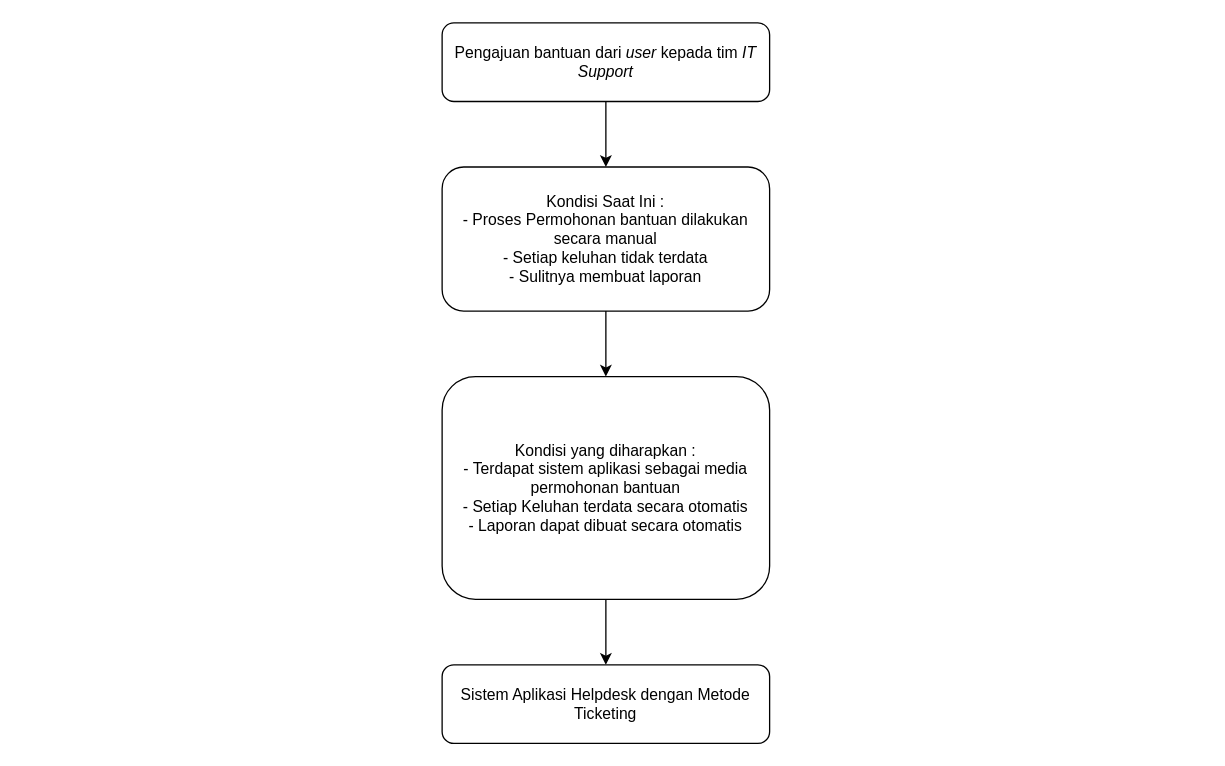
This is skripsi-kerangkaberpikir.drawio from raflialkindhi/graph-save, a draw.io file, before an edit. Source tidied: cells renumbered, new cells numbered last; positions are measured from the earlier drawing's top-left corner, leaving out a move shared by most shapes. Both pictures are drawn from the tidied source at 131%, with x=0, y=0 at pixel (441, 22).
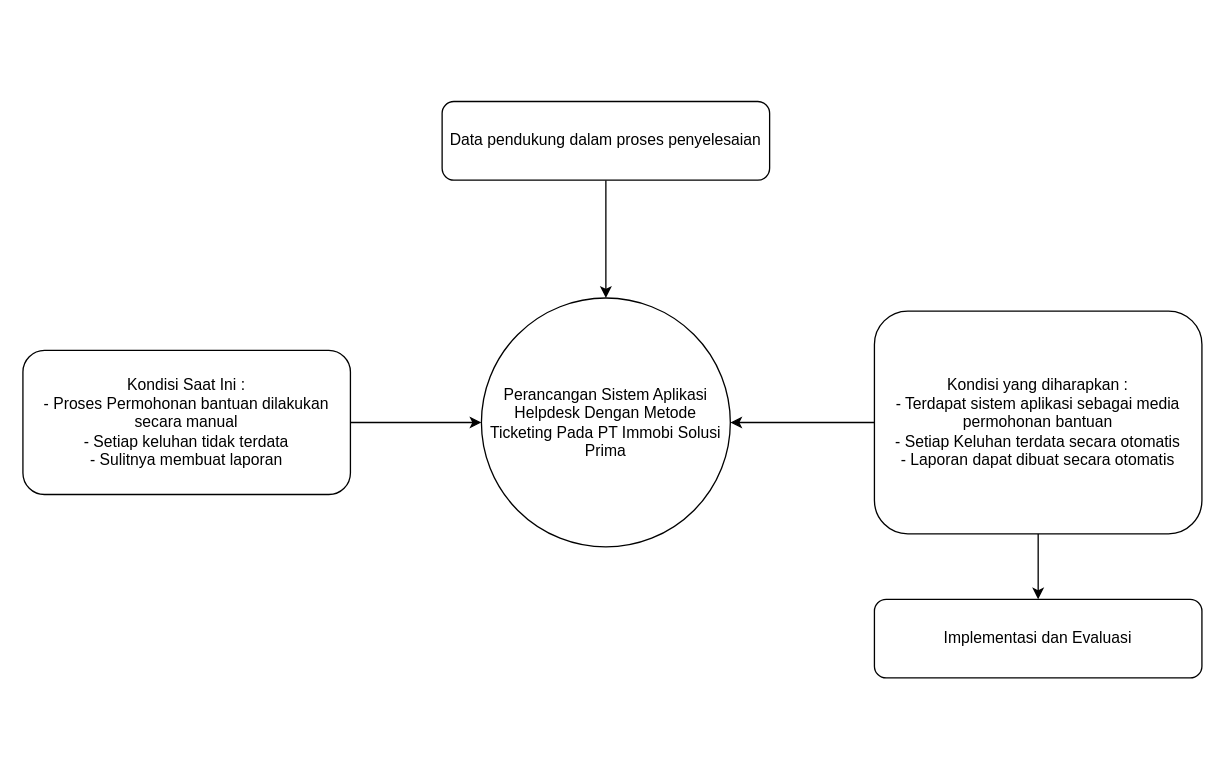
Above is the later version.

Diff of the diagram source:
```diff
@@
 <mxGraphModel>
   <root>
     <mxCell id="0" />
     <mxCell id="1" parent="0" />
-    <mxCell id="2" style="edgeStyle=orthogonalEdgeStyle;rounded=0;jettySize=auto;html=1;exitX=0.5;exitY=1;exitDx=0;exitDy=0;entryX=0.5;entryY=0;entryDx=0;entryDy=0;" parent="1" edge="1" source="3" target="5">
-      <mxGeometry relative="1" as="geometry" />
-    </mxCell>
+    <mxCell id="9" style="edgeStyle=orthogonalEdgeStyle;rounded=0;jettySize=auto;html=1;entryX=0.5;entryY=0;entryDx=0;entryDy=0;" parent="1" edge="1" source="3" target="13">
+      <mxGeometry relative="1" as="geometry" />
+    </mxCell>
-    <mxCell id="3" value="Pengajuan bantuan dari &lt;i&gt;user &lt;/i&gt;kepada tim &lt;i&gt;IT Support&lt;/i&gt;" style="rounded=1;whiteSpace=wrap;html=1;" parent="1" vertex="1">
-      <mxGeometry width="250" height="60" as="geometry" />
+    <mxCell id="3" value="Data pendukung dalam proses penyelesaian" style="rounded=1;whiteSpace=wrap;html=1;" parent="1" vertex="1">
+      <mxGeometry y="60" width="250" height="60" as="geometry" />
     </mxCell>
-    <mxCell id="4" style="edgeStyle=orthogonalEdgeStyle;rounded=0;jettySize=auto;html=1;entryX=0.5;entryY=0;entryDx=0;entryDy=0;" parent="1" edge="1" source="5" target="7">
-      <mxGeometry relative="1" as="geometry" />
-    </mxCell>
+    <mxCell id="10" style="edgeStyle=orthogonalEdgeStyle;rounded=0;jettySize=auto;html=1;entryX=0;entryY=0.5;entryDx=0;entryDy=0;" parent="1" edge="1" source="5" target="13">
+      <mxGeometry relative="1" as="geometry" />
+    </mxCell>
     <mxCell id="5" value="&lt;div&gt;Kondisi Saat Ini :&lt;/div&gt;&lt;div&gt;- Proses Permohonan bantuan dilakukan secara manual&lt;/div&gt;&lt;div&gt;- Setiap keluhan tidak terdata&lt;/div&gt;&lt;div&gt;- Sulitnya membuat laporan&lt;br&gt;&lt;/div&gt;" style="rounded=1;whiteSpace=wrap;html=1;" parent="1" vertex="1">
-      <mxGeometry y="110" width="250" height="110" as="geometry" />
+      <mxGeometry x="-320" y="250" width="250" height="110" as="geometry" />
     </mxCell>
-    <mxCell id="6" style="edgeStyle=orthogonalEdgeStyle;rounded=0;jettySize=auto;html=1;exitX=0.5;exitY=1;exitDx=0;exitDy=0;entryX=0.5;entryY=0;entryDx=0;entryDy=0;" parent="1" edge="1" source="7" target="8">
-      <mxGeometry relative="1" as="geometry" />
-    </mxCell>
+    <mxCell id="11" style="edgeStyle=orthogonalEdgeStyle;rounded=0;jettySize=auto;html=1;entryX=1;entryY=0.5;entryDx=0;entryDy=0;" parent="1" edge="1" source="7" target="13">
+      <mxGeometry relative="1" as="geometry" />
+    </mxCell>
+    <mxCell id="12" style="edgeStyle=orthogonalEdgeStyle;rounded=0;jettySize=auto;html=1;" parent="1" edge="1" source="7" target="15">
+      <mxGeometry relative="1" as="geometry" />
+    </mxCell>
     <mxCell id="7" value="&lt;div&gt;Kondisi yang diharapkan :&lt;/div&gt;&lt;div&gt;- Terdapat sistem aplikasi sebagai media permohonan bantuan&lt;br&gt;&lt;/div&gt;&lt;div&gt;- Setiap Keluhan terdata secara otomatis&lt;/div&gt;&lt;div&gt;- Laporan dapat dibuat secara otomatis&lt;br&gt;&lt;/div&gt;" style="rounded=1;whiteSpace=wrap;html=1;" parent="1" vertex="1">
-      <mxGeometry y="270" width="250" height="170" as="geometry" />
+      <mxGeometry x="330" y="220" width="250" height="170" as="geometry" />
     </mxCell>
-    <mxCell id="8" value="Sistem Aplikasi Helpdesk dengan Metode Ticketing" style="rounded=1;whiteSpace=wrap;html=1;" parent="1" vertex="1">
-      <mxGeometry y="490" width="250" height="60" as="geometry" />
-    </mxCell>
+    <mxCell id="13" value="Perancangan Sistem Aplikasi Helpdesk Dengan Metode Ticketing Pada PT Immobi Solusi Prima" style="ellipse;whiteSpace=wrap;html=1;" parent="1" vertex="1">
+      <mxGeometry x="30" y="210" width="190" height="190" as="geometry" />
+    </mxCell>
+    <mxCell id="14" style="edgeStyle=orthogonalEdgeStyle;rounded=0;orthogonalLoop=1;jettySize=auto;html=1;exitX=0.5;exitY=1;exitDx=0;exitDy=0;" parent="1" edge="1" source="7" target="7">
+      <mxGeometry relative="1" as="geometry" />
+    </mxCell>
+    <mxCell id="15" value="Implementasi dan Evaluasi" style="whiteSpace=wrap;html=1;rounded=1;" parent="1" vertex="1">
+      <mxGeometry x="330" y="440" width="250" height="60" as="geometry" />
+    </mxCell>
   </root>
 </mxGraphModel>
```
